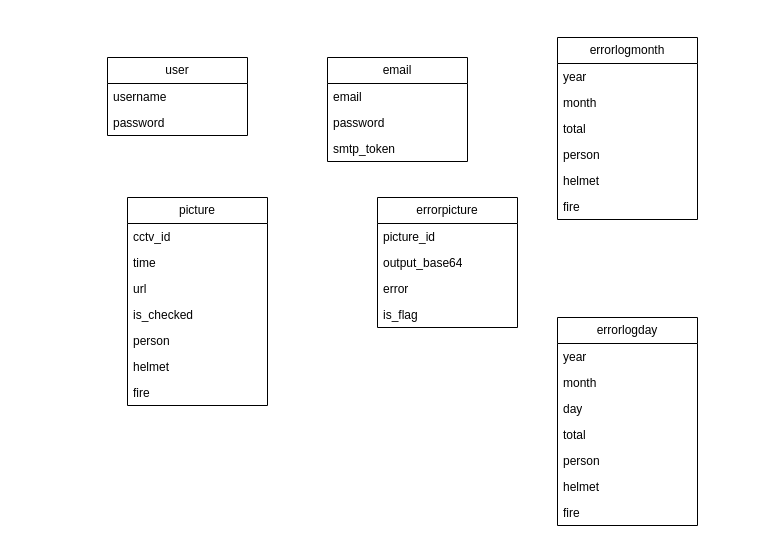
Earlier version of the draw.io diagram Draw.io/本科毕业设计/数据模型图.drawio (Arete-FFF/PicGo). Source tidied: cells renumbered, new cells numbered last; positions are measured from the earlier drawing's top-left corner, leaving out a move shared by most shapes. Both pictures are drawn from the tidied source at 100%, with x=0, y=0 at pixel (107, 37).
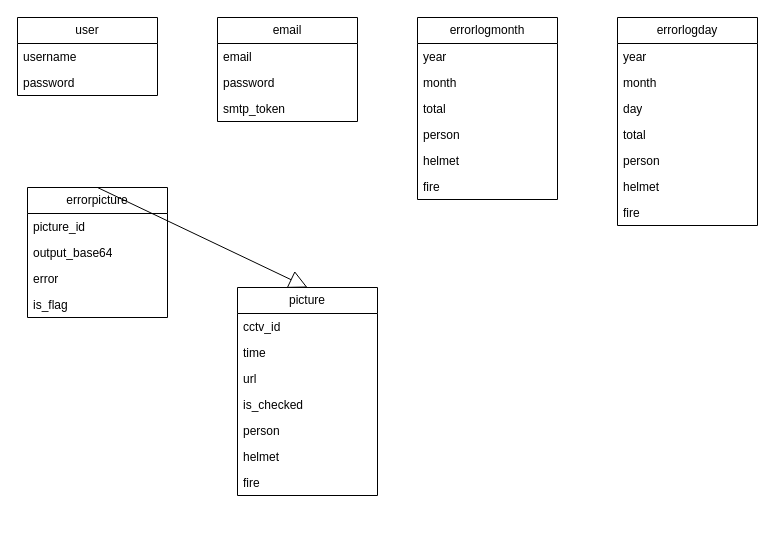
After the change.

Commit message (it also covers changes not shown here):
更新数据模型图.drawio

Diff of the diagram source:
```diff
@@
     <mxCell id="2" value="user" style="swimlane;fontStyle=0;horizontal=1;startSize=26;fillColor=none;whiteSpace=wrap;html=1;" parent="1" vertex="1">
-      <mxGeometry y="20" width="140" height="78" as="geometry" />
+      <mxGeometry x="-90" y="-20" width="140" height="78" as="geometry" />
     </mxCell>
@@
     <mxCell id="5" value="email" style="swimlane;fontStyle=0;horizontal=1;startSize=26;fillColor=none;whiteSpace=wrap;html=1;" parent="1" vertex="1">
-      <mxGeometry x="220" y="20" width="140" height="104" as="geometry" />
+      <mxGeometry x="110" y="-20" width="140" height="104" as="geometry" />
     </mxCell>
@@
     <mxCell id="9" value="picture" style="swimlane;fontStyle=0;horizontal=1;startSize=26;fillColor=none;whiteSpace=wrap;html=1;" parent="1" vertex="1">
-      <mxGeometry x="20" y="160" width="140" height="208" as="geometry" />
+      <mxGeometry x="130" y="250" width="140" height="208" as="geometry" />
     </mxCell>
@@
     <mxCell id="17" value="errorpicture" style="swimlane;fontStyle=0;horizontal=1;startSize=26;fillColor=none;whiteSpace=wrap;html=1;" parent="1" vertex="1">
-      <mxGeometry x="270" y="160" width="140" height="130" as="geometry" />
+      <mxGeometry x="-80" y="150" width="140" height="130" as="geometry" />
     </mxCell>
@@
     <mxCell id="22" value="errorlogmonth" style="swimlane;fontStyle=0;horizontal=1;startSize=26;fillColor=none;whiteSpace=wrap;html=1;" parent="1" vertex="1">
-      <mxGeometry x="450" width="140" height="182" as="geometry" />
+      <mxGeometry x="310" y="-20" width="140" height="182" as="geometry" />
     </mxCell>
@@
     <mxCell id="29" value="errorlogday" style="swimlane;fontStyle=0;horizontal=1;startSize=26;fillColor=none;whiteSpace=wrap;html=1;" parent="1" vertex="1">
-      <mxGeometry x="450" y="280" width="140" height="208" as="geometry" />
+      <mxGeometry x="510" y="-20" width="140" height="208" as="geometry" />
     </mxCell>
@@
+    <mxCell id="37" style="endArrow=block;endSize=16;endFill=0;html=1;rounded=0;entryX=0.5;entryY=0;entryDx=0;entryDy=0;exitX=0.5;exitY=0;exitDx=0;exitDy=0;" parent="1" edge="1" source="17" target="9">
+      <mxGeometry relative="1" as="geometry" />
+    </mxCell>
```
